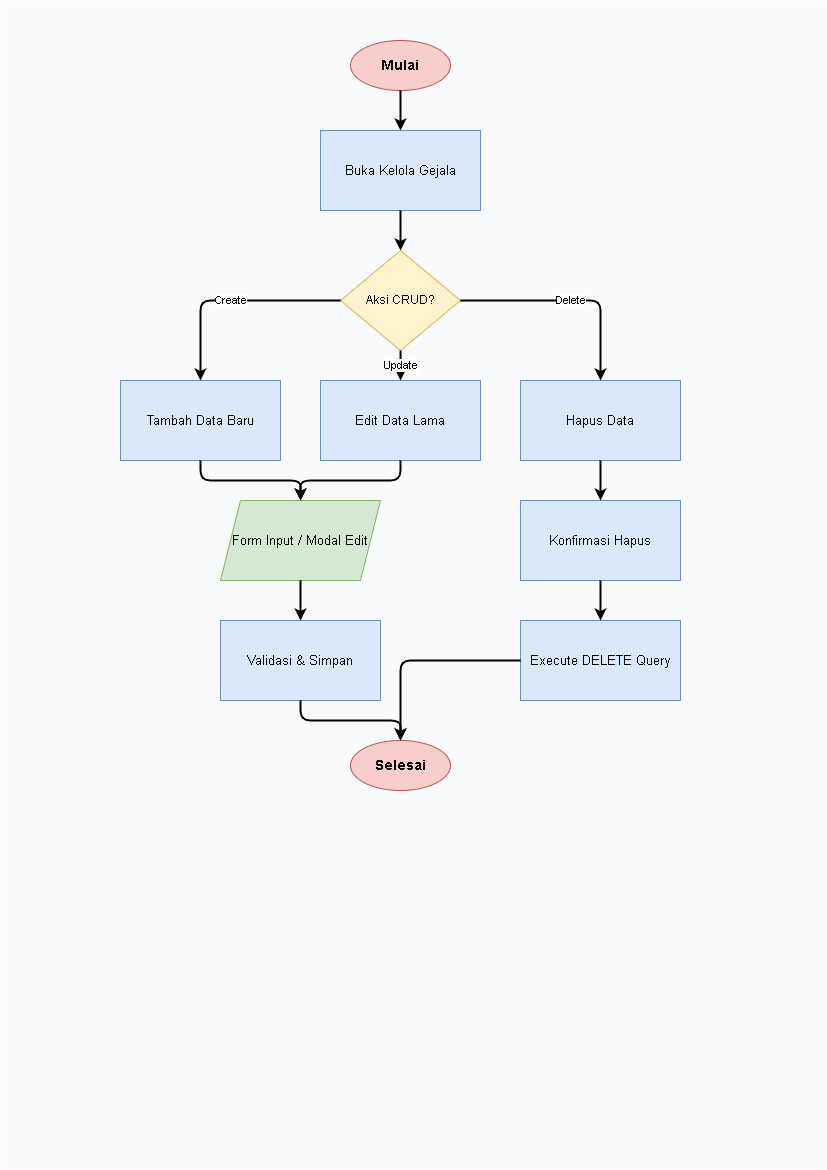
Earlier version of the draw.io export diagram/flowchart/admin_gejala.png (Jinsky/Jinsky). Source tidied: cells renumbered, new cells last; positions are measured from the earlier drawing's top-left corner, leaving out a move shared by most shapes.
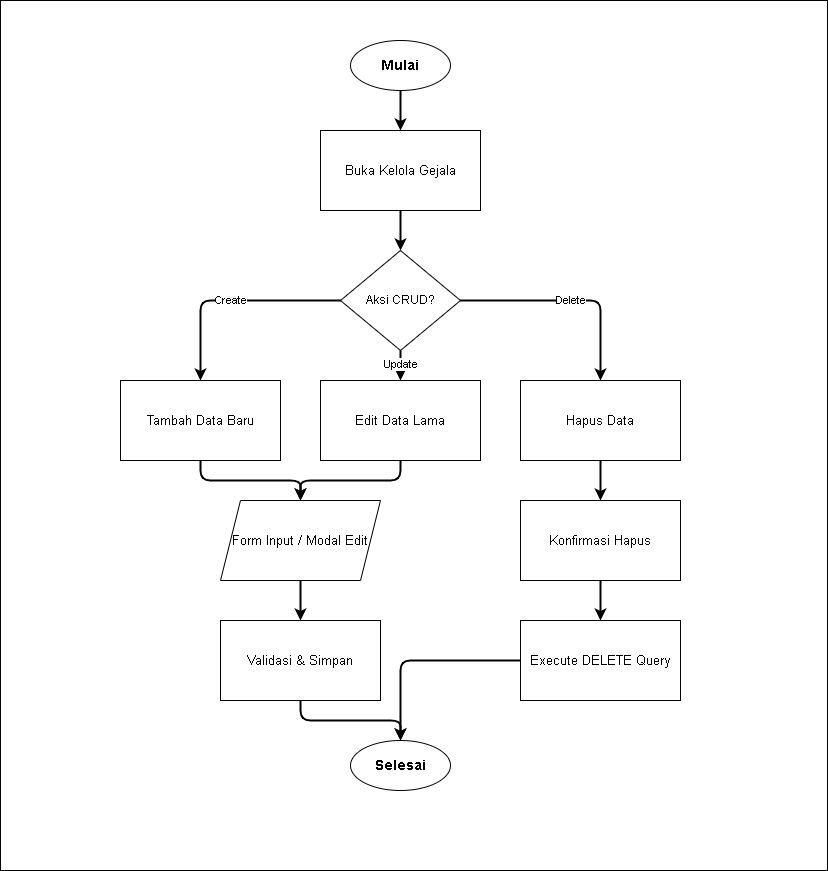
The same file after the commit.

Diff of the diagram source:
```diff
@@ -2,40 +2,40 @@
   <root>
     <mxCell id="0" />
     <mxCell id="1" parent="0" />
-    <mxCell id="2" style="rounded=0;whiteSpace=wrap;html=1;fillColor=#f8fafc;strokeColor=none;" parent="1" vertex="1">
-      <mxGeometry width="827" height="1169" as="geometry" />
+    <mxCell id="2" style="rounded=0;whiteSpace=wrap;html=1;" parent="1" vertex="1">
+      <mxGeometry width="827" height="870" as="geometry" />
     </mxCell>
-    <mxCell id="3" value="Mulai" style="ellipse;whiteSpace=wrap;html=1;fillColor=#f8cecc;strokeColor=#b85450;fontStyle=1;fontSize=14;" parent="1" vertex="1">
+    <mxCell id="3" value="Mulai" style="ellipse;whiteSpace=wrap;html=1;fontStyle=1;fontSize=14;" parent="1" vertex="1">
       <mxGeometry x="350" y="40" width="100" height="50" as="geometry" />
     </mxCell>
-    <mxCell id="4" value="Buka Kelola Gejala" style="rounded=0;whiteSpace=wrap;html=1;fillColor=#dae8fc;strokeColor=#6c8ebf;fontSize=13;" parent="1" vertex="1">
+    <mxCell id="4" value="Buka Kelola Gejala" style="rounded=0;whiteSpace=wrap;html=1;fontSize=13;" parent="1" vertex="1">
       <mxGeometry x="320" y="130" width="160" height="80" as="geometry" />
     </mxCell>
-    <mxCell id="5" value="Aksi CRUD?" style="rhombus;whiteSpace=wrap;html=1;fillColor=#fff2cc;strokeColor=#d6b656;fontSize=12;" parent="1" vertex="1">
+    <mxCell id="5" value="Aksi CRUD?" style="rhombus;whiteSpace=wrap;html=1;fontSize=12;" parent="1" vertex="1">
       <mxGeometry x="340" y="250" width="120" height="100" as="geometry" />
     </mxCell>
-    <mxCell id="6" value="Tambah Data Baru" style="rounded=0;whiteSpace=wrap;html=1;fillColor=#dae8fc;strokeColor=#6c8ebf;fontSize=13;" parent="1" vertex="1">
+    <mxCell id="6" value="Tambah Data Baru" style="rounded=0;whiteSpace=wrap;html=1;fontSize=13;" parent="1" vertex="1">
       <mxGeometry x="120" y="380" width="160" height="80" as="geometry" />
     </mxCell>
-    <mxCell id="7" value="Edit Data Lama" style="rounded=0;whiteSpace=wrap;html=1;fillColor=#dae8fc;strokeColor=#6c8ebf;fontSize=13;" parent="1" vertex="1">
+    <mxCell id="7" value="Edit Data Lama" style="rounded=0;whiteSpace=wrap;html=1;fontSize=13;" parent="1" vertex="1">
       <mxGeometry x="320" y="380" width="160" height="80" as="geometry" />
     </mxCell>
-    <mxCell id="8" value="Hapus Data" style="rounded=0;whiteSpace=wrap;html=1;fillColor=#dae8fc;strokeColor=#6c8ebf;fontSize=13;" parent="1" vertex="1">
+    <mxCell id="8" value="Hapus Data" style="rounded=0;whiteSpace=wrap;html=1;fontSize=13;" parent="1" vertex="1">
       <mxGeometry x="520" y="380" width="160" height="80" as="geometry" />
     </mxCell>
-    <mxCell id="9" value="Form Input / Modal Edit" style="shape=parallelogram;perimeter=parallelogramPerimeter;whiteSpace=wrap;html=1;fixedSize=1;fillColor=#d5e8d4;strokeColor=#82b366;fontSize=13;" parent="1" vertex="1">
+    <mxCell id="9" value="Form Input / Modal Edit" style="shape=parallelogram;perimeter=parallelogramPerimeter;whiteSpace=wrap;html=1;fixedSize=1;fontSize=13;" parent="1" vertex="1">
       <mxGeometry x="220" y="500" width="160" height="80" as="geometry" />
     </mxCell>
-    <mxCell id="10" value="Validasi &amp; Simpan" style="rounded=0;whiteSpace=wrap;html=1;fillColor=#dae8fc;strokeColor=#6c8ebf;fontSize=13;" parent="1" vertex="1">
+    <mxCell id="10" value="Validasi &amp; Simpan" style="rounded=0;whiteSpace=wrap;html=1;fontSize=13;" parent="1" vertex="1">
       <mxGeometry x="220" y="620" width="160" height="80" as="geometry" />
     </mxCell>
-    <mxCell id="11" value="Konfirmasi Hapus" style="rounded=0;whiteSpace=wrap;html=1;fillColor=#dae8fc;strokeColor=#6c8ebf;fontSize=13;" parent="1" vertex="1">
+    <mxCell id="11" value="Konfirmasi Hapus" style="rounded=0;whiteSpace=wrap;html=1;fontSize=13;" parent="1" vertex="1">
       <mxGeometry x="520" y="500" width="160" height="80" as="geometry" />
     </mxCell>
-    <mxCell id="12" value="Execute DELETE Query" style="rounded=0;whiteSpace=wrap;html=1;fillColor=#dae8fc;strokeColor=#6c8ebf;fontSize=13;" parent="1" vertex="1">
+    <mxCell id="12" value="Execute DELETE Query" style="rounded=0;whiteSpace=wrap;html=1;fontSize=13;" parent="1" vertex="1">
       <mxGeometry x="520" y="620" width="160" height="80" as="geometry" />
     </mxCell>
-    <mxCell id="13" value="Selesai" style="ellipse;whiteSpace=wrap;html=1;fillColor=#f8cecc;strokeColor=#b85450;fontStyle=1;fontSize=14;" parent="1" vertex="1">
+    <mxCell id="13" value="Selesai" style="ellipse;whiteSpace=wrap;html=1;fontStyle=1;fontSize=14;" parent="1" vertex="1">
       <mxGeometry x="350" y="740" width="100" height="50" as="geometry" />
     </mxCell>
     <mxCell id="14" style="edgeStyle=orthogonalEdgeStyle;rounded=1;jettySize=auto;html=1;strokeWidth=2;fontSize=11;" parent="1" edge="1" source="3" target="4">
```
